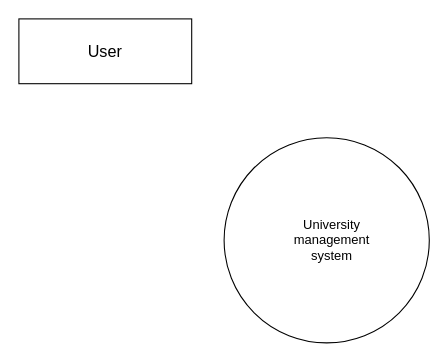
Earlier version of the draw.io diagram university_management.drawio (mdarslan7/sepm_lab_diagrams). Source tidied: cells renumbered, new cells numbered last; positions are measured from the earlier drawing's top-left corner, leaving out a move shared by most shapes. Both pictures are drawn from the tidied source at 108%, with x=0, y=0 at pixel (18, 18).
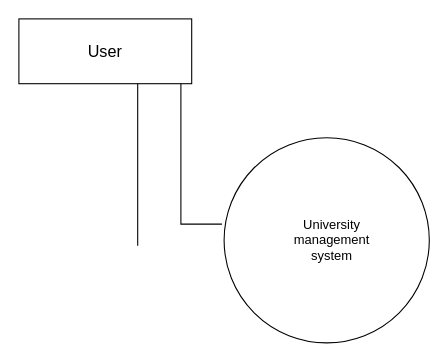
Above is the later version.

The edit, as a diff of the source:
```diff
@@
 <mxGraphModel>
   <root>
     <mxCell id="0" />
     <mxCell id="1" parent="0" />
     <mxCell id="2" style="ellipse;whiteSpace=wrap;html=1;" parent="1" vertex="1">
       <mxGeometry x="190" y="110" width="190" height="190" as="geometry" />
     </mxCell>
     <mxCell id="3" value="University&lt;br&gt;management&lt;br&gt;system" style="text;strokeColor=none;align=center;fillColor=none;html=1;verticalAlign=middle;whiteSpace=wrap;rounded=0;" parent="1" vertex="1">
       <mxGeometry x="250" y="190" width="80" height="30" as="geometry" />
     </mxCell>
     <mxCell id="4" value="&lt;font style=&quot;font-size: 15px;&quot;&gt;User&lt;/font&gt;" style="rounded=0;whiteSpace=wrap;html=1;" parent="1" vertex="1">
       <mxGeometry width="160" height="60" as="geometry" />
     </mxCell>
+    <mxCell id="5" style="endArrow=none;html=1;rounded=0;" parent="1" edge="1">
+      <mxGeometry relative="1" as="geometry">
+        <mxPoint x="188" y="190" as="sourcePoint" />
+        <mxPoint x="150" y="60" as="targetPoint" />
+        <Array as="points">
+          <mxPoint x="150" y="190" />
+        </Array>
+      </mxGeometry>
+    </mxCell>
+    <mxCell id="6" style="endArrow=none;html=1;rounded=0;" parent="1" edge="1">
+      <mxGeometry relative="1" as="geometry">
+        <mxPoint x="110" y="210" as="sourcePoint" />
+        <mxPoint x="110" y="60" as="targetPoint" />
+        <Array as="points">
+          <mxPoint x="110" y="130" />
+        </Array>
+      </mxGeometry>
+    </mxCell>
   </root>
 </mxGraphModel>
```
